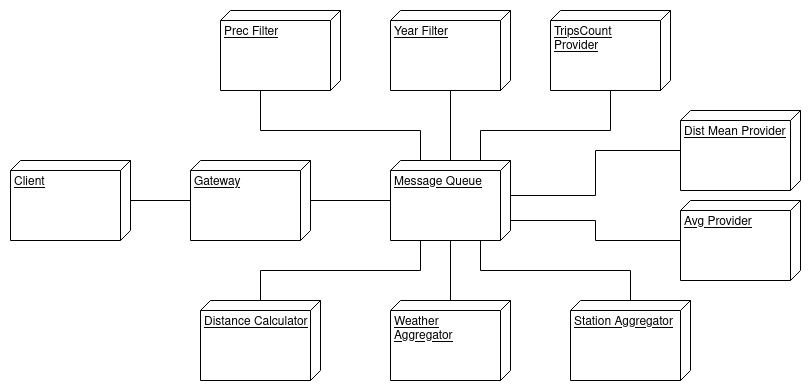
Earlier version of the draw.io export docs/deployment.png (efoppiano/dist1_tp1). Source tidied: cells renumbered, new cells last; positions are measured from the earlier drawing's top-left corner, leaving out a move shared by most shapes.
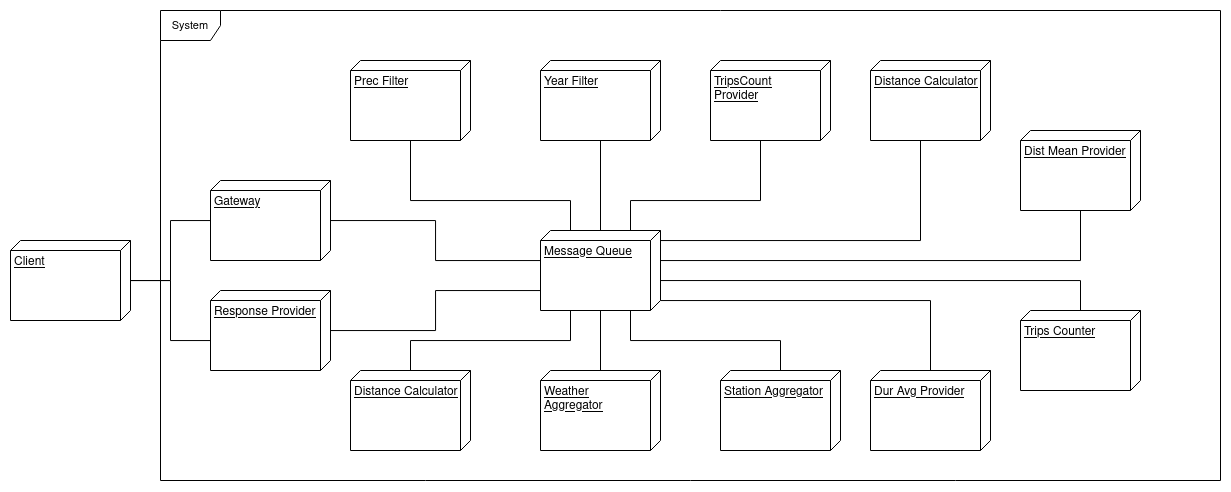
After the commit.

Change to the diagram source:
```diff
@@ -5,8 +5,16 @@
     <mxCell id="2" style="edgeStyle=orthogonalEdgeStyle;rounded=0;jettySize=auto;html=1;endArrow=none;endFill=0;" parent="1" edge="1" source="3" target="8">
       <mxGeometry relative="1" as="geometry" />
     </mxCell>
+    <mxCell id="23" style="edgeStyle=orthogonalEdgeStyle;rounded=0;jettySize=auto;html=1;endArrow=none;endFill=0;" parent="1" edge="1" source="3" target="27">
+      <mxGeometry relative="1" as="geometry">
+        <Array as="points">
+          <mxPoint x="10" y="200" />
+          <mxPoint x="10" y="260" />
+        </Array>
+      </mxGeometry>
+    </mxCell>
     <mxCell id="3" value="Client" style="verticalAlign=top;align=left;spacingTop=8;spacingLeft=2;spacingRight=12;shape=cube;size=10;direction=south;fontStyle=4;html=1;whiteSpace=wrap;" parent="1" vertex="1">
-      <mxGeometry y="150" width="120" height="80" as="geometry" />
+      <mxGeometry x="-150" y="160" width="120" height="80" as="geometry" />
     </mxCell>
     <mxCell id="4" style="edgeStyle=orthogonalEdgeStyle;shape=connector;rounded=0;jettySize=auto;html=1;labelBackgroundColor=default;strokeColor=default;fontFamily=Helvetica;fontSize=11;fontColor=default;endArrow=none;endFill=0;" parent="1" edge="1" source="6" target="9">
       <mxGeometry relative="1" as="geometry" />
@@ -23,10 +31,15 @@
       <mxGeometry x="380" y="150" width="120" height="80" as="geometry" />
     </mxCell>
     <mxCell id="7" style="edgeStyle=orthogonalEdgeStyle;rounded=0;jettySize=auto;html=1;endArrow=none;endFill=0;" parent="1" edge="1" source="8" target="6">
-      <mxGeometry relative="1" as="geometry" />
+      <mxGeometry relative="1" as="geometry">
+        <Array as="points">
+          <mxPoint x="275" y="140" />
+          <mxPoint x="275" y="180" />
+        </Array>
+      </mxGeometry>
     </mxCell>
     <mxCell id="8" value="Gateway" style="verticalAlign=top;align=left;spacingTop=8;spacingLeft=2;spacingRight=12;shape=cube;size=10;direction=south;fontStyle=4;html=1;whiteSpace=wrap;" parent="1" vertex="1">
-      <mxGeometry x="180" y="150" width="120" height="80" as="geometry" />
+      <mxGeometry x="50" y="100" width="120" height="80" as="geometry" />
     </mxCell>
     <mxCell id="9" value="Weather Aggregator" style="verticalAlign=top;align=left;spacingTop=8;spacingLeft=2;spacingRight=12;shape=cube;size=10;direction=south;fontStyle=4;html=1;whiteSpace=wrap;" parent="1" vertex="1">
       <mxGeometry x="380" y="290" width="120" height="80" as="geometry" />
@@ -54,13 +67,13 @@
       </mxGeometry>
     </mxCell>
     <mxCell id="14" value="Prec Filter" style="verticalAlign=top;align=left;spacingTop=8;spacingLeft=2;spacingRight=12;shape=cube;size=10;direction=south;fontStyle=4;html=1;whiteSpace=wrap;" parent="1" vertex="1">
-      <mxGeometry x="210" width="120" height="80" as="geometry" />
+      <mxGeometry x="190" y="-20" width="120" height="80" as="geometry" />
     </mxCell>
     <mxCell id="15" style="edgeStyle=orthogonalEdgeStyle;shape=connector;rounded=0;jettySize=auto;html=1;labelBackgroundColor=default;strokeColor=default;fontFamily=Helvetica;fontSize=11;fontColor=default;endArrow=none;endFill=0;" parent="1" edge="1" source="16" target="6">
       <mxGeometry relative="1" as="geometry" />
     </mxCell>
     <mxCell id="16" value="Year Filter" style="verticalAlign=top;align=left;spacingTop=8;spacingLeft=2;spacingRight=12;shape=cube;size=10;direction=south;fontStyle=4;html=1;whiteSpace=wrap;" parent="1" vertex="1">
-      <mxGeometry x="380" width="120" height="80" as="geometry" />
+      <mxGeometry x="380" y="-20" width="120" height="80" as="geometry" />
     </mxCell>
     <mxCell id="17" style="edgeStyle=orthogonalEdgeStyle;shape=connector;rounded=0;jettySize=auto;html=1;labelBackgroundColor=default;strokeColor=default;fontFamily=Helvetica;fontSize=11;fontColor=default;endArrow=none;endFill=0;" parent="1" edge="1" source="18" target="6">
       <mxGeometry relative="1" as="geometry">
@@ -71,24 +84,62 @@
       </mxGeometry>
     </mxCell>
     <mxCell id="18" value="TripsCount Provider" style="verticalAlign=top;align=left;spacingTop=8;spacingLeft=2;spacingRight=12;shape=cube;size=10;direction=south;fontStyle=4;html=1;whiteSpace=wrap;" parent="1" vertex="1">
-      <mxGeometry x="540" width="120" height="80" as="geometry" />
+      <mxGeometry x="550" y="-20" width="120" height="80" as="geometry" />
     </mxCell>
-    <mxCell id="19" style="edgeStyle=orthogonalEdgeStyle;shape=connector;rounded=0;jettySize=auto;html=1;labelBackgroundColor=default;strokeColor=default;fontFamily=Helvetica;fontSize=11;fontColor=default;endArrow=none;endFill=0;" parent="1" edge="1" source="20" target="6">
-      <mxGeometry relative="1" as="geometry">
-        <Array as="points">
-          <mxPoint x="585" y="230" />
-          <mxPoint x="585" y="210" />
-        </Array>
-      </mxGeometry>
-    </mxCell>
-    <mxCell id="20" value="Avg Provider" style="verticalAlign=top;align=left;spacingTop=8;spacingLeft=2;spacingRight=12;shape=cube;size=10;direction=south;fontStyle=4;html=1;whiteSpace=wrap;" parent="1" vertex="1">
-      <mxGeometry x="670" y="190" width="120" height="80" as="geometry" />
-    </mxCell>
+    <mxCell id="24" style="edgeStyle=orthogonalEdgeStyle;shape=connector;rounded=0;jettySize=auto;html=1;labelBackgroundColor=default;strokeColor=default;fontFamily=Helvetica;fontSize=11;fontColor=default;endArrow=none;endFill=0;" parent="1" edge="1" source="25" target="6">
+      <mxGeometry relative="1" as="geometry">
+        <Array as="points">
+          <mxPoint x="770" y="220" />
+        </Array>
+      </mxGeometry>
+    </mxCell>
+    <mxCell id="25" value="Dur Avg Provider" style="verticalAlign=top;align=left;spacingTop=8;spacingLeft=2;spacingRight=12;shape=cube;size=10;direction=south;fontStyle=4;html=1;whiteSpace=wrap;" parent="1" vertex="1">
+      <mxGeometry x="710" y="290" width="120" height="80" as="geometry" />
+    </mxCell>
     <mxCell id="21" style="edgeStyle=orthogonalEdgeStyle;shape=connector;rounded=0;jettySize=auto;html=1;entryX=0;entryY=0;entryDx=35;entryDy=0;entryPerimeter=0;labelBackgroundColor=default;strokeColor=default;fontFamily=Helvetica;fontSize=11;fontColor=default;endArrow=none;endFill=0;" parent="1" edge="1" source="22" target="6">
-      <mxGeometry relative="1" as="geometry" />
+      <mxGeometry relative="1" as="geometry">
+        <Array as="points">
+          <mxPoint x="920" y="180" />
+          <mxPoint x="500" y="180" />
+        </Array>
+      </mxGeometry>
     </mxCell>
     <mxCell id="22" value="Dist Mean Provider" style="verticalAlign=top;align=left;spacingTop=8;spacingLeft=2;spacingRight=12;shape=cube;size=10;direction=south;fontStyle=4;html=1;whiteSpace=wrap;" parent="1" vertex="1">
-      <mxGeometry x="670" y="100" width="120" height="80" as="geometry" />
+      <mxGeometry x="860" y="50" width="120" height="80" as="geometry" />
     </mxCell>
+    <mxCell id="26" style="edgeStyle=orthogonalEdgeStyle;shape=connector;rounded=0;jettySize=auto;html=1;labelBackgroundColor=default;strokeColor=default;fontFamily=Helvetica;fontSize=11;fontColor=default;endArrow=none;endFill=0;" parent="1" edge="1" source="27" target="6">
+      <mxGeometry relative="1" as="geometry">
+        <Array as="points">
+          <mxPoint x="275" y="250" />
+          <mxPoint x="275" y="210" />
+        </Array>
+      </mxGeometry>
+    </mxCell>
+    <mxCell id="27" value="Response Provider" style="verticalAlign=top;align=left;spacingTop=8;spacingLeft=2;spacingRight=12;shape=cube;size=10;direction=south;fontStyle=4;html=1;whiteSpace=wrap;" parent="1" vertex="1">
+      <mxGeometry x="50" y="210" width="120" height="80" as="geometry" />
+    </mxCell>
+    <mxCell id="28" value="System" style="shape=umlFrame;whiteSpace=wrap;html=1;fontFamily=Helvetica;fontSize=11;fontColor=default;" parent="1" vertex="1">
+      <mxGeometry y="-70" width="1060" height="470" as="geometry" />
+    </mxCell>
+    <mxCell id="29" style="edgeStyle=orthogonalEdgeStyle;shape=connector;rounded=0;jettySize=auto;html=1;labelBackgroundColor=default;strokeColor=default;fontFamily=Helvetica;fontSize=11;fontColor=default;endArrow=none;endFill=0;" parent="1" edge="1" source="30" target="6">
+      <mxGeometry relative="1" as="geometry">
+        <Array as="points">
+          <mxPoint x="760" y="160" />
+        </Array>
+      </mxGeometry>
+    </mxCell>
+    <mxCell id="30" value="Distance Calculator" style="verticalAlign=top;align=left;spacingTop=8;spacingLeft=2;spacingRight=12;shape=cube;size=10;direction=south;fontStyle=4;html=1;whiteSpace=wrap;" parent="1" vertex="1">
+      <mxGeometry x="710" y="-20" width="120" height="80" as="geometry" />
+    </mxCell>
+    <mxCell id="31" style="edgeStyle=orthogonalEdgeStyle;shape=connector;rounded=0;jettySize=auto;html=1;labelBackgroundColor=default;strokeColor=default;fontFamily=Helvetica;fontSize=11;fontColor=default;endArrow=none;endFill=0;" parent="1" edge="1" source="32" target="6">
+      <mxGeometry relative="1" as="geometry">
+        <Array as="points">
+          <mxPoint x="920" y="200" />
+        </Array>
+      </mxGeometry>
+    </mxCell>
+    <mxCell id="32" value="Trips Counter" style="verticalAlign=top;align=left;spacingTop=8;spacingLeft=2;spacingRight=12;shape=cube;size=10;direction=south;fontStyle=4;html=1;whiteSpace=wrap;" parent="1" vertex="1">
+      <mxGeometry x="860" y="230" width="120" height="80" as="geometry" />
+    </mxCell>
   </root>
 </mxGraphModel>
```
